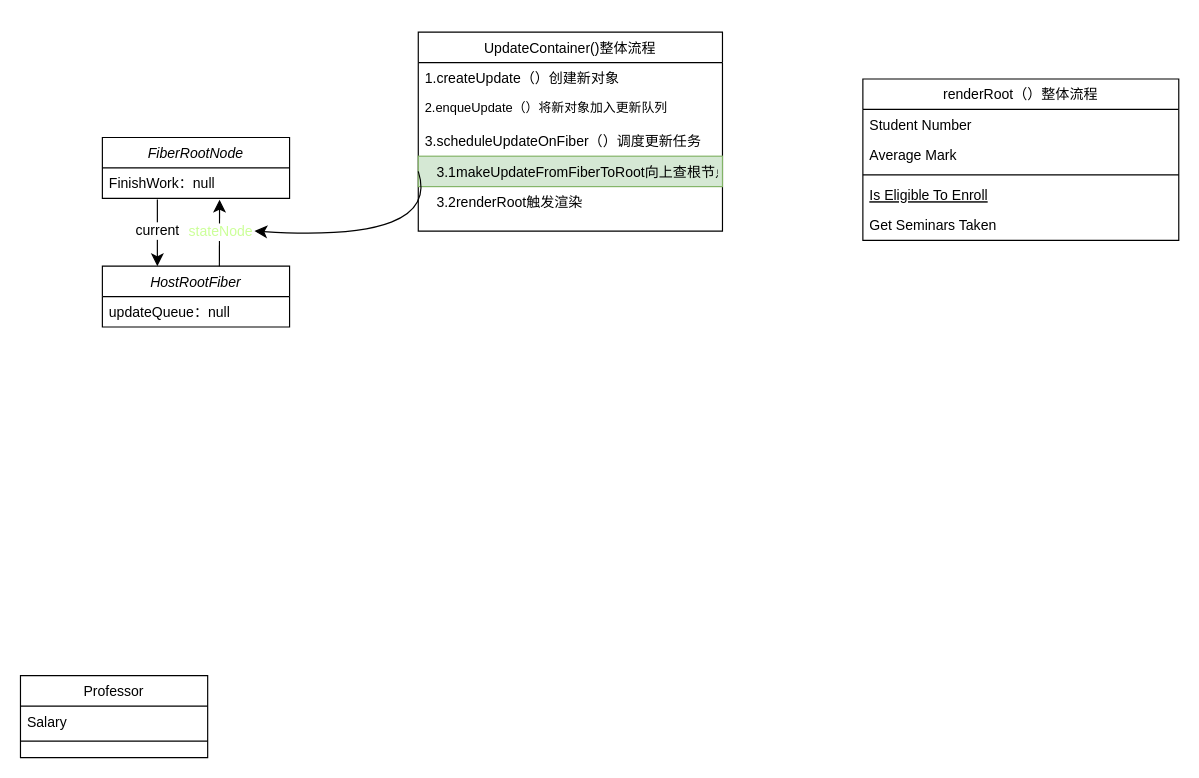
Above: react初次挂载.drawio in liujing-maker/IDEA (draw.io), before the change. Source tidied: cells renumbered, new cells numbered last; positions are measured from the earlier drawing's top-left corner, leaving out a move shared by most shapes. Both pictures are drawn from the tidied source at 117%, with x=0, y=0 at pixel (20, 32).
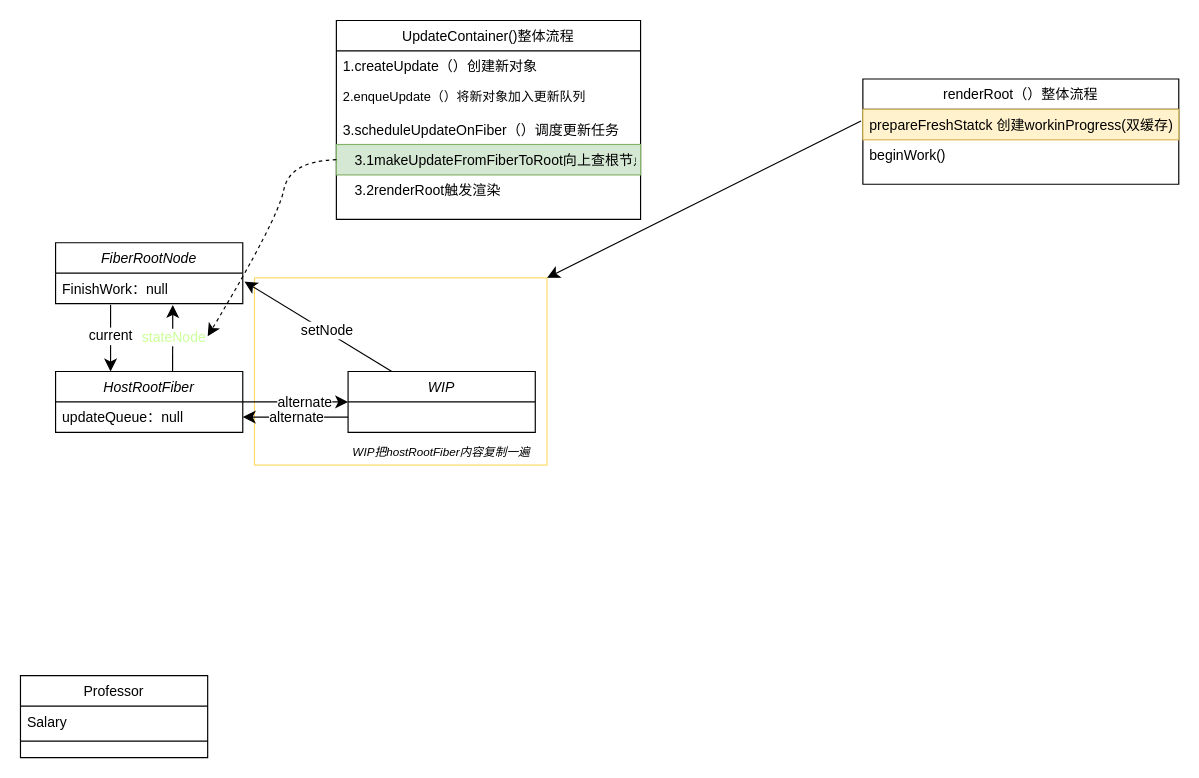
Above is the later version.

Commit message (it also covers changes not shown here):
更新react初次挂载.drawio

The change refers to these unchanged cells:
```xml
<mxCell id="3" value="FinishWork：null" style="text;align=left;verticalAlign=top;spacingLeft=4;spacingRight=4;overflow=hidden;points=[[0,0.5],[1,0.5]];portConstraint=eastwest;" parent="2" vertex="1">
  <mxGeometry y="26" width="160" height="26" as="geometry" />
</mxCell>
<mxCell id="17" value="   3.1makeUpdateFromFiberToRoot向上查根节点" style="text;align=left;verticalAlign=top;spacingLeft=4;spacingRight=4;overflow=hidden;points=[[0,0.5],[1,0.5]];portConstraint=eastwest;rounded=0;shadow=0;html=0;fillColor=#d5e8d4;strokeColor=#82b366;" parent="13" vertex="1">
  <mxGeometry y="106" width="260" height="26" as="geometry" />
</mxCell>
<mxCell id="20" value="updateQueue：null" style="text;align=left;verticalAlign=top;spacingLeft=4;spacingRight=4;overflow=hidden;points=[[0,0.5],[1,0.5]];portConstraint=eastwest;" parent="19" vertex="1">
  <mxGeometry y="26" width="160" height="26" as="geometry" />
</mxCell>
```

Change to the diagram source:
```diff
@@
+    <mxCell id="26" style="rounded=0;whiteSpace=wrap;html=1;strokeColor=#FFD966;gradientColor=none;" parent="1" vertex="1">
+      <mxGeometry x="200" y="210" width="250" height="160" as="geometry" />
+    </mxCell>
     <mxCell id="2" value="FiberRootNode" style="swimlane;fontStyle=2;align=center;verticalAlign=top;horizontal=1;startSize=26;rounded=0;shadow=0;strokeWidth=1;" parent="1" vertex="1">
-      <mxGeometry x="70" y="90" width="160" height="52" as="geometry" />
+      <mxGeometry x="30" y="180" width="160" height="52" as="geometry" />
     </mxCell>
@@
     <mxCell id="4" value="renderRoot（）整体流程" style="swimlane;fontStyle=0;align=center;verticalAlign=top;horizontal=1;startSize=26;rounded=0;shadow=0;strokeWidth=1;" parent="1" vertex="1">
-      <mxGeometry x="720" y="40" width="270" height="138" as="geometry" />
+      <mxGeometry x="720" y="40" width="270" height="90" as="geometry" />
     </mxCell>
-    <mxCell id="5" value="Student Number" style="text;align=left;verticalAlign=top;spacingLeft=4;spacingRight=4;overflow=hidden;points=[[0,0.5],[1,0.5]];portConstraint=eastwest;" parent="4" vertex="1">
+    <mxCell id="5" value="prepareFreshStatck 创建workinProgress(双缓存)" style="text;align=left;verticalAlign=top;spacingLeft=4;spacingRight=4;overflow=hidden;points=[[0,0.5],[1,0.5]];portConstraint=eastwest;fillColor=#fff2cc;strokeColor=#d6b656;" parent="4" vertex="1">
       <mxGeometry y="26" width="270" height="26" as="geometry" />
     </mxCell>
-    <mxCell id="6" value="Average Mark" style="text;align=left;verticalAlign=top;spacingLeft=4;spacingRight=4;overflow=hidden;rounded=0;shadow=0;html=0;" parent="4" vertex="1">
+    <mxCell id="6" value="beginWork()" style="text;align=left;verticalAlign=top;spacingLeft=4;spacingRight=4;overflow=hidden;rounded=0;shadow=0;html=0;" parent="4" vertex="1">
       <mxGeometry y="52" width="270" height="26" as="geometry" />
     </mxCell>
-    <mxCell id="7" style="line;html=1;strokeWidth=1;align=left;verticalAlign=middle;spacingTop=-1;spacingLeft=3;spacingRight=3;labelPosition=right;" parent="4" vertex="1">
-      <mxGeometry y="78" width="270" height="8" as="geometry" />
-    </mxCell>
-    <mxCell id="8" value="Is Eligible To Enroll" style="text;align=left;verticalAlign=top;spacingLeft=4;spacingRight=4;overflow=hidden;fontStyle=4;" parent="4" vertex="1">
-      <mxGeometry y="86" width="270" height="26" as="geometry" />
-    </mxCell>
-    <mxCell id="9" value="Get Seminars Taken" style="text;align=left;verticalAlign=top;spacingLeft=4;spacingRight=4;overflow=hidden;" parent="4" vertex="1">
-      <mxGeometry y="112" width="270" height="26" as="geometry" />
-    </mxCell>
@@
     <mxCell id="13" value="UpdateContainer()整体流程" style="swimlane;fontStyle=0;align=center;verticalAlign=top;horizontal=1;startSize=26;rounded=0;shadow=0;strokeWidth=1;" parent="1" vertex="1">
-      <mxGeometry x="340" width="260" height="170" as="geometry" />
+      <mxGeometry x="270" y="-10" width="260" height="170" as="geometry" />
     </mxCell>
@@
+    <mxCell id="27" style="edgeStyle=none;curved=1;rounded=0;jettySize=auto;html=1;entryX=0;entryY=0.5;entryDx=0;entryDy=0;fontSize=12;startSize=8;endSize=8;" parent="1" edge="1" source="19" target="29">
+      <mxGeometry relative="1" as="geometry" />
+    </mxCell>
+    <mxCell id="28" value="alternate" style="edgeLabel;html=1;align=center;verticalAlign=middle;fontSize=12;" parent="27" vertex="1">
+      <mxGeometry x="0.15" relative="1" as="geometry" />
+    </mxCell>
     <mxCell id="19" value="HostRootFiber" style="swimlane;fontStyle=2;align=center;verticalAlign=top;horizontal=1;startSize=26;rounded=0;shadow=0;strokeWidth=1;" parent="1" vertex="1">
-      <mxGeometry x="70" y="200" width="160" height="52" as="geometry" />
+      <mxGeometry x="30" y="290" width="160" height="52" as="geometry" />
     </mxCell>
@@
     <mxCell id="21" style="endArrow=classic;html=1;rounded=0;fontSize=12;startSize=8;endSize=8;curved=1;" parent="1" edge="1">
       <mxGeometry relative="1" as="geometry">
-        <mxPoint x="117" y="143" as="sourcePoint" />
-        <mxPoint x="117" y="200" as="targetPoint" />
+        <mxPoint x="77" y="233" as="sourcePoint" />
+        <mxPoint x="77" y="290" as="targetPoint" />
       </mxGeometry>
     </mxCell>
@@
-    <mxCell id="25" style="curved=1;endArrow=classic;html=1;rounded=0;fontSize=12;startSize=8;endSize=8;exitX=0;exitY=0.5;exitDx=0;exitDy=0;" parent="1" edge="1" source="17">
+    <mxCell id="25" style="curved=1;endArrow=classic;html=1;rounded=0;fontSize=12;startSize=8;endSize=8;exitX=0;exitY=0.5;exitDx=0;exitDy=0;dashed=1;" parent="1" edge="1" source="17">
       <mxGeometry relative="1" as="geometry">
-        <mxPoint x="200" y="170" as="targetPoint" />
+        <mxPoint x="160" y="260" as="targetPoint" />
         <Array as="points">
-          <mxPoint x="360" y="180" />
+          <mxPoint x="230" y="110" />
+          <mxPoint x="220" y="160" />
         </Array>
       </mxGeometry>
     </mxCell>
+    <mxCell id="29" value="WIP" style="swimlane;fontStyle=2;align=center;verticalAlign=top;horizontal=1;startSize=26;rounded=0;shadow=0;strokeWidth=1;" parent="1" vertex="1">
+      <mxGeometry x="280" y="290" width="160" height="52" as="geometry" />
+    </mxCell>
+    <mxCell id="30" value="&lt;font style=&quot;font-size: 10px;&quot;&gt;&lt;i&gt;WIP把hostRootFiber内容复制一遍&lt;/i&gt;&lt;/font&gt;" style="text;html=1;align=center;verticalAlign=middle;whiteSpace=wrap;rounded=0;fontSize=16;" parent="1" vertex="1">
+      <mxGeometry x="205" y="342" width="310" height="30" as="geometry" />
+    </mxCell>
+    <mxCell id="31" style="edgeStyle=none;curved=1;rounded=0;jettySize=auto;html=1;entryX=1.009;entryY=0.277;entryDx=0;entryDy=0;entryPerimeter=0;fontSize=12;startSize=8;endSize=8;" parent="1" edge="1" source="29" target="3">
+      <mxGeometry relative="1" as="geometry" />
+    </mxCell>
+    <mxCell id="32" value="setNode" style="edgeLabel;html=1;align=center;verticalAlign=middle;fontSize=12;" parent="31" vertex="1">
+      <mxGeometry x="-0.11" y="-1" relative="1" as="geometry" />
+    </mxCell>
+    <mxCell id="33" style="edgeStyle=none;curved=1;rounded=0;jettySize=auto;html=1;entryX=1;entryY=0.5;entryDx=0;entryDy=0;fontSize=12;startSize=8;endSize=8;exitX=0;exitY=0.75;exitDx=0;exitDy=0;" parent="1" edge="1" source="29" target="20">
+      <mxGeometry relative="1" as="geometry" />
+    </mxCell>
+    <mxCell id="34" value="alternate" style="edgeLabel;html=1;align=center;verticalAlign=middle;fontSize=12;" parent="33" vertex="1">
+      <mxGeometry relative="1" as="geometry" />
+    </mxCell>
+    <mxCell id="35" style="edgeStyle=none;curved=1;rounded=0;jettySize=auto;html=1;entryX=1;entryY=0;entryDx=0;entryDy=0;fontSize=12;startSize=8;endSize=8;exitX=-0.006;exitY=0.379;exitDx=0;exitDy=0;exitPerimeter=0;" parent="1" edge="1" source="5" target="26">
+      <mxGeometry relative="1" as="geometry" />
+    </mxCell>
```
